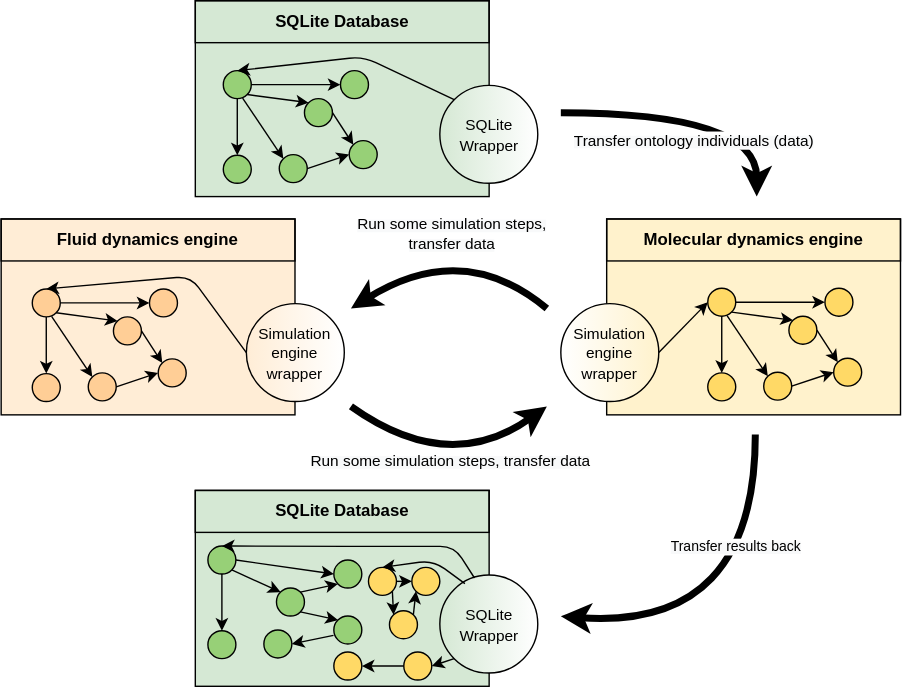
This is docs/_static/wrappers_coupled.svg from simphony/docs, a draw.io export, as it was before one commit. Source tidied: cells renumbered, new cells last; positions are measured from the earlier drawing's top-left corner, leaving out a move shared by most shapes.
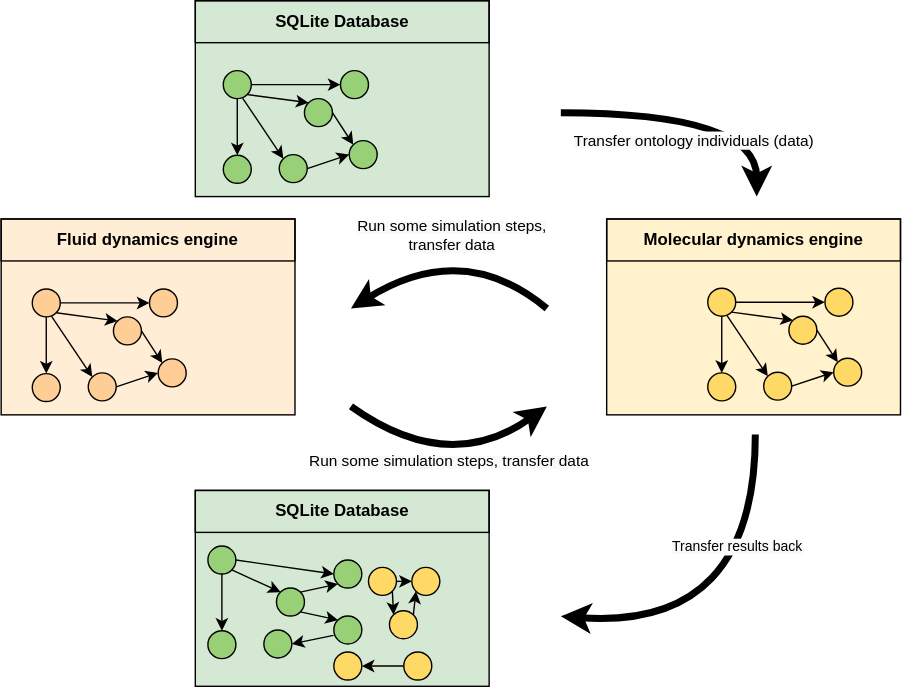
Above is the later version.

The edit, as a diff of the source:
```diff
@@ -11,18 +11,12 @@
     <mxCell id="4" style="ellipse;whiteSpace=wrap;html=1;fillColor=#97D077;" parent="1" vertex="1">
       <mxGeometry x="158.8" y="50" width="20" height="20" as="geometry" />
     </mxCell>
-    <mxCell id="5" value="&lt;font style=&quot;font-size: 11px&quot;&gt;Simulation engine wrapper&lt;/font&gt;" style="ellipse;whiteSpace=wrap;html=1;fillColor=#fff2cc;gradientColor=#ffffff;gradientDirection=west;" parent="1" vertex="1">
-      <mxGeometry x="400" y="216.5" width="70" height="70" as="geometry" />
-    </mxCell>
     <mxCell id="6" value="SQLite Database" style="text;html=1;align=center;verticalAlign=middle;whiteSpace=wrap;rounded=0;labelBackgroundColor=none;fontStyle=1;strokeColor=#000000;" parent="1" vertex="1">
       <mxGeometry x="138.8" width="210" height="30" as="geometry" />
     </mxCell>
     <mxCell id="7" value="Molecular dynamics engine" style="text;html=1;align=center;verticalAlign=middle;whiteSpace=wrap;rounded=0;labelBackgroundColor=none;fontStyle=1;strokeColor=#000000;" parent="1" vertex="1">
       <mxGeometry x="432.8" y="156" width="210" height="30" as="geometry" />
     </mxCell>
-    <mxCell id="8" value="&lt;font style=&quot;font-size: 11px&quot;&gt;SQLite Wrapper&lt;/font&gt;" style="ellipse;whiteSpace=wrap;html=1;gradientDirection=west;gradientColor=#D5E8D4;fillColor=#FFFFFF;" parent="1" vertex="1">
-      <mxGeometry x="313.5" y="60.5" width="70" height="70" as="geometry" />
-    </mxCell>
     <mxCell id="9" style="ellipse;whiteSpace=wrap;html=1;fillColor=#97D077;" parent="1" vertex="1">
       <mxGeometry x="242.5" y="50" width="20" height="20" as="geometry" />
     </mxCell>
@@ -53,13 +47,6 @@
     <mxCell id="18" style="endArrow=classic;html=1;fontSize=6;exitX=0.5;exitY=1;exitDx=0;exitDy=0;entryX=0.5;entryY=0;entryDx=0;entryDy=0;" parent="1" edge="1" source="4" target="13">
       <mxGeometry relative="1" as="geometry" />
     </mxCell>
-    <mxCell id="19" style="endArrow=classic;html=1;fontSize=6;entryX=0.5;entryY=0;entryDx=0;entryDy=0;exitX=0;exitY=0;exitDx=0;exitDy=0;" parent="1" edge="1" source="8" target="4">
-      <mxGeometry relative="1" as="geometry">
-        <Array as="points">
-          <mxPoint x="258.8" y="40" />
-        </Array>
-      </mxGeometry>
-    </mxCell>
     <mxCell id="20" style="endArrow=classic;html=1;fontSize=6;entryX=0;entryY=0.5;entryDx=0;entryDy=0;exitX=1;exitY=0.5;exitDx=0;exitDy=0;" parent="1" edge="1" source="10" target="11">
       <mxGeometry relative="1" as="geometry" />
     </mxCell>
@@ -86,9 +73,6 @@
     <mxCell id="25" value="SQLite Database" style="text;html=1;align=center;verticalAlign=middle;whiteSpace=wrap;rounded=0;labelBackgroundColor=none;fontStyle=1;strokeColor=#000000;" parent="1" vertex="1">
       <mxGeometry x="138.8" y="350" width="210" height="30" as="geometry" />
     </mxCell>
-    <mxCell id="26" value="&lt;font style=&quot;font-size: 11px&quot;&gt;SQLite Wrapper&lt;/font&gt;" style="ellipse;whiteSpace=wrap;html=1;gradientDirection=west;gradientColor=#D5E8D4;fillColor=#FFFFFF;" parent="1" vertex="1">
-      <mxGeometry x="313.5" y="410.5" width="70" height="70" as="geometry" />
-    </mxCell>
     <mxCell id="27" style="ellipse;whiteSpace=wrap;html=1;fillColor=#97D077;" parent="1" vertex="1">
       <mxGeometry x="237.8" y="399.8" width="20" height="20" as="geometry" />
     </mxCell>
@@ -119,14 +103,6 @@
     <mxCell id="36" style="endArrow=classic;html=1;fontSize=6;exitX=0.5;exitY=1;exitDx=0;exitDy=0;entryX=0.5;entryY=0;entryDx=0;entryDy=0;" parent="1" edge="1" source="24" target="31">
       <mxGeometry relative="1" as="geometry" />
     </mxCell>
-    <mxCell id="37" style="endArrow=classic;html=1;fontSize=6;entryX=0.5;entryY=0;entryDx=0;entryDy=0;exitX=0.354;exitY=0.03;exitDx=0;exitDy=0;exitPerimeter=0;" parent="1" edge="1" source="26" target="24">
-      <mxGeometry relative="1" as="geometry">
-        <Array as="points">
-          <mxPoint x="323.8" y="390" />
-          <mxPoint x="258.8" y="390" />
-        </Array>
-      </mxGeometry>
-    </mxCell>
     <mxCell id="38" style="endArrow=classic;html=1;fontSize=6;entryX=1;entryY=0.5;entryDx=0;entryDy=0;exitX=-0.012;exitY=0.693;exitDx=0;exitDy=0;exitPerimeter=0;" parent="1" edge="1" source="29" target="28">
       <mxGeometry relative="1" as="geometry" />
     </mxCell>
@@ -171,35 +147,12 @@
     <mxCell id="49" style="endArrow=classic;html=1;fontSize=6;entryX=1;entryY=0.5;entryDx=0;entryDy=0;exitX=0;exitY=0.5;exitDx=0;exitDy=0;" parent="1" edge="1" source="44" target="43">
       <mxGeometry relative="1" as="geometry" />
     </mxCell>
-    <mxCell id="50" style="endArrow=classic;html=1;exitX=1;exitY=0.5;exitDx=0;exitDy=0;entryX=0;entryY=0.5;entryDx=0;entryDy=0;" parent="1" edge="1" source="5" target="61">
-      <mxGeometry relative="1" as="geometry" />
-    </mxCell>
-    <mxCell id="51" style="endArrow=classic;html=1;exitX=0;exitY=1;exitDx=0;exitDy=0;entryX=1;entryY=0.5;entryDx=0;entryDy=0;" parent="1" edge="1" source="26" target="44">
-      <mxGeometry relative="1" as="geometry" />
-    </mxCell>
-    <mxCell id="52" style="endArrow=classic;html=1;exitX=0.256;exitY=0.087;exitDx=0;exitDy=0;entryX=0.5;entryY=0;entryDx=0;entryDy=0;exitPerimeter=0;" parent="1" edge="1" source="26" target="41">
-      <mxGeometry relative="1" as="geometry">
-        <Array as="points">
-          <mxPoint x="308.8" y="400" />
-        </Array>
-      </mxGeometry>
-    </mxCell>
     <mxCell id="53" style="rounded=0;whiteSpace=wrap;html=1;fillColor=#FFEDD6;" parent="1" vertex="1">
       <mxGeometry y="156" width="210" height="140" as="geometry" />
     </mxCell>
-    <mxCell id="54" value="&lt;font style=&quot;font-size: 11px&quot;&gt;Simulation engine wrapper&lt;/font&gt;" style="ellipse;whiteSpace=wrap;html=1;gradientColor=#ffffff;gradientDirection=east;fillColor=#FFEDD6;" parent="1" vertex="1">
-      <mxGeometry x="175.2" y="216.5" width="70" height="70" as="geometry" />
-    </mxCell>
     <mxCell id="55" value="Fluid dynamics engine" style="text;html=1;align=center;verticalAlign=middle;whiteSpace=wrap;rounded=0;labelBackgroundColor=none;fontStyle=1;strokeColor=#000000;" parent="1" vertex="1">
       <mxGeometry y="156" width="210" height="30" as="geometry" />
     </mxCell>
-    <mxCell id="56" style="endArrow=classic;html=1;exitX=0;exitY=0.5;exitDx=0;exitDy=0;entryX=0.5;entryY=0;entryDx=0;entryDy=0;" parent="1" edge="1" source="54" target="73">
-      <mxGeometry relative="1" as="geometry">
-        <Array as="points">
-          <mxPoint x="135.2" y="197" />
-        </Array>
-      </mxGeometry>
-    </mxCell>
     <mxCell id="57" style="curved=1;endArrow=classic;html=1;fontSize=6;strokeWidth=5;" parent="1" edge="1">
       <mxGeometry relative="1" as="geometry">
         <mxPoint x="390" y="220" as="sourcePoint" />
```
